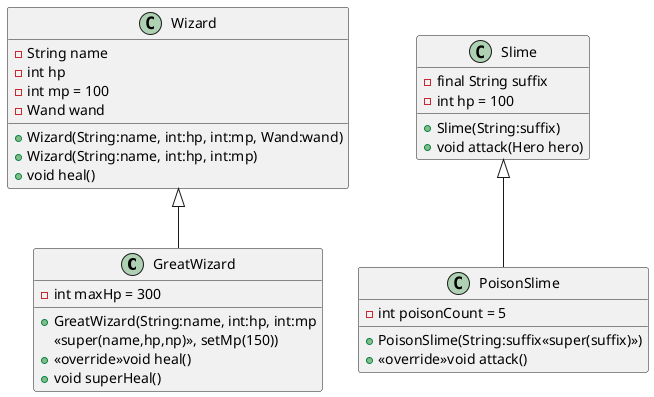
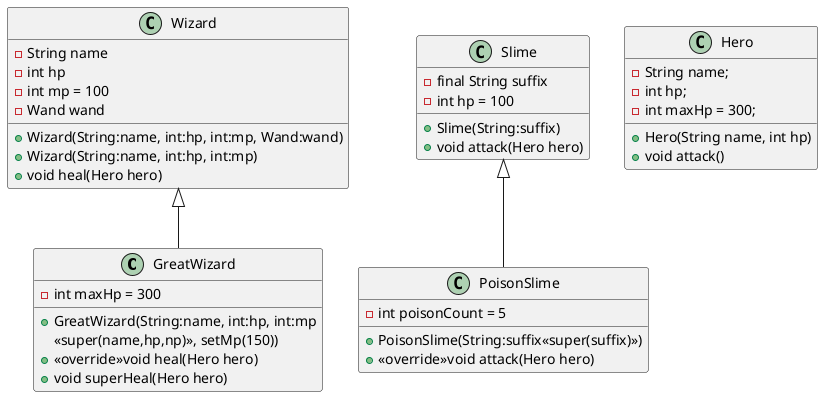
@startuml
scale 1

class GreatWizard extends Wizard {
    -int maxHp = 300
    +GreatWizard(String:name, int:hp, int:mp
    <<super(name,hp,np)>>, setMp(150))
-     +<<override>>void heal()
-     +void superHeal()
+     +<<override>>void heal(Hero hero)
+     +void superHeal(Hero hero)
}

class Wizard {
    -String name
    -int hp
    -int mp = 100
    -Wand wand

    +Wizard(String:name, int:hp, int:mp, Wand:wand)
    +Wizard(String:name, int:hp, int:mp)
-     +void heal()
+     +void heal(Hero hero)
}


class PoisonSlime extends Slime {
    -int poisonCount = 5

    +PoisonSlime(String:suffix<<super(suffix)>>)
-     +<<override>>void attack()
+     +<<override>>void attack(Hero hero)
}

class Slime {
    -final String suffix
    -int hp = 100

    +Slime(String:suffix)
    +void attack(Hero hero)
}

+ class Hero {
+     -String name;
+     -int hp;
+     -int maxHp = 300;
+ 
+     +Hero(String name, int hp)
+     +void attack()
+ }
+ 
+ 
@enduml